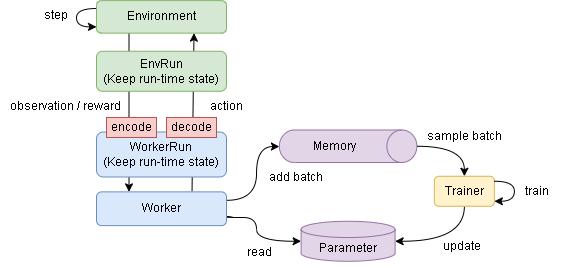
The draw.io diagram diagrams/overview-sequence.drawio.png in pocokhc/simple_distributed_rl, before a commit. Source tidied: cells renumbered, new cells last; positions are measured from the earlier drawing's top-left corner, leaving out a move shared by most shapes.
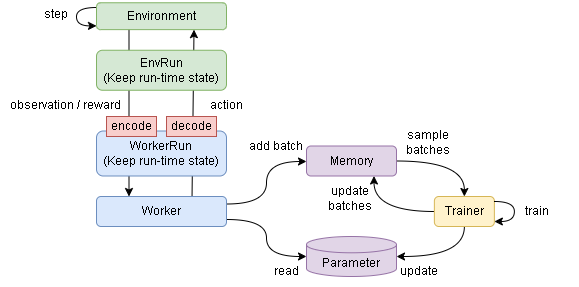
The same diagram one commit later.

The edit, as a diff of the source:
```diff
@@ -11,20 +11,23 @@
     <mxCell id="4" style="edgeStyle=orthogonalEdgeStyle;curved=1;rounded=0;jettySize=auto;html=1;exitX=0;exitY=0.5;exitDx=0;exitDy=0;exitPerimeter=0;endArrow=none;endFill=0;startArrow=classic;startFill=1;entryX=1;entryY=0.75;entryDx=0;entryDy=0;" parent="1" edge="1" source="5" target="26">
       <mxGeometry relative="1" as="geometry">
         <Array as="points">
-          <mxPoint x="256" y="241" />
-          <mxPoint x="256" y="217" />
-          <mxPoint x="229" y="217" />
+          <mxPoint x="266" y="257" />
+          <mxPoint x="266" y="220" />
+          <mxPoint x="226" y="220" />
         </Array>
       </mxGeometry>
     </mxCell>
     <mxCell id="5" value="Parameter" style="shape=cylinder3;whiteSpace=wrap;html=1;boundedLbl=1;backgroundOutline=1;size=8.142857142857167;fillColor=#e1d5e7;strokeColor=#9673a6;" parent="1" vertex="1">
-      <mxGeometry x="300.6" y="220.8" width="94" height="40" as="geometry" />
+      <mxGeometry x="306" y="237" width="90" height="40" as="geometry" />
     </mxCell>
     <mxCell id="6" style="edgeStyle=orthogonalEdgeStyle;curved=1;rounded=0;jettySize=auto;html=1;exitX=0.5;exitY=1;exitDx=0;exitDy=0;entryX=1;entryY=0.5;entryDx=0;entryDy=0;entryPerimeter=0;" parent="1" edge="1" source="7" target="5">
       <mxGeometry relative="1" as="geometry" />
     </mxCell>
+    <mxCell id="29" style="edgeStyle=orthogonalEdgeStyle;rounded=0;jettySize=auto;html=1;entryX=0.75;entryY=1;entryDx=0;entryDy=0;curved=1;" parent="1" edge="1" source="7" target="15">
+      <mxGeometry relative="1" as="geometry" />
+    </mxCell>
     <mxCell id="7" value="Trainer" style="rounded=1;whiteSpace=wrap;html=1;fillColor=#fff2cc;strokeColor=#d6b656;" parent="1" vertex="1">
-      <mxGeometry x="433.9" y="175.8" width="60" height="30" as="geometry" />
+      <mxGeometry x="433.9" y="197" width="60" height="30" as="geometry" />
     </mxCell>
     <mxCell id="8" style="edgeStyle=orthogonalEdgeStyle;rounded=0;orthogonalLoop=1;jettySize=auto;html=1;curved=1;exitX=0;exitY=0;exitDx=0;exitDy=0;" parent="1" edge="1">
       <mxGeometry relative="1" as="geometry">
@@ -39,12 +42,12 @@
     <mxCell id="9" value="step" style="text;html=1;strokeColor=none;fillColor=none;align=center;verticalAlign=middle;whiteSpace=wrap;rounded=0;" parent="1" vertex="1">
       <mxGeometry x="26" y="0.1" width="60" height="30" as="geometry" />
     </mxCell>
-    <mxCell id="10" style="edgeStyle=orthogonalEdgeStyle;curved=1;rounded=0;jettySize=auto;html=1;entryX=0.5;entryY=1;entryDx=0;entryDy=0;entryPerimeter=0;exitX=1;exitY=0.25;exitDx=0;exitDy=0;" parent="1" edge="1" source="26" target="14">
+    <mxCell id="10" style="edgeStyle=orthogonalEdgeStyle;curved=1;rounded=0;jettySize=auto;html=1;entryX=0;entryY=0.5;entryDx=0;entryDy=0;exitX=1;exitY=0.25;exitDx=0;exitDy=0;" parent="1" edge="1" source="26" target="15">
       <mxGeometry relative="1" as="geometry">
         <Array as="points">
-          <mxPoint x="256" y="200" />
-          <mxPoint x="256" y="146" />
-          <mxPoint x="279" y="146" />
+          <mxPoint x="266" y="205" />
+          <mxPoint x="266" y="162" />
+          <mxPoint x="306" y="162" />
         </Array>
       </mxGeometry>
     </mxCell>
@@ -54,38 +57,29 @@
     <mxCell id="12" value="action" style="text;html=1;strokeColor=none;fillColor=none;align=center;verticalAlign=middle;whiteSpace=wrap;rounded=0;" parent="1" vertex="1">
       <mxGeometry x="196" y="90.8" width="60" height="30" as="geometry" />
     </mxCell>
-    <mxCell id="13" style="group;" parent="1" vertex="1">
-      <mxGeometry x="278.9" y="129.5" width="137.5" height="32.5" as="geometry" />
-    </mxCell>
-    <mxCell id="14" style="shape=cylinder3;whiteSpace=wrap;html=1;boundedLbl=1;backgroundOutline=1;size=15;rotation=90;fillColor=#e1d5e7;strokeColor=#9673a6;" parent="13" vertex="1">
-      <mxGeometry x="52.5" y="-52.5" width="32.5" height="137.5" as="geometry" />
-    </mxCell>
-    <mxCell id="15" value="Memory" style="text;html=1;strokeColor=none;fillColor=none;align=center;verticalAlign=middle;whiteSpace=wrap;rounded=0;" parent="13" vertex="1">
-      <mxGeometry x="25" y="1.2" width="60" height="30" as="geometry" />
-    </mxCell>
     <mxCell id="16" value="add batch" style="text;html=1;strokeColor=none;fillColor=none;align=center;verticalAlign=middle;whiteSpace=wrap;rounded=0;" parent="1" vertex="1">
-      <mxGeometry x="266" y="162" width="60" height="30" as="geometry" />
+      <mxGeometry x="246" y="131.5" width="60" height="30" as="geometry" />
     </mxCell>
-    <mxCell id="17" style="edgeStyle=orthogonalEdgeStyle;curved=1;rounded=0;jettySize=auto;html=1;exitX=0.5;exitY=0;exitDx=0;exitDy=0;exitPerimeter=0;entryX=0.5;entryY=0;entryDx=0;entryDy=0;" parent="1" edge="1" source="14" target="7">
+    <mxCell id="17" style="edgeStyle=orthogonalEdgeStyle;curved=1;rounded=0;jettySize=auto;html=1;exitX=1;exitY=0.5;exitDx=0;exitDy=0;entryX=0.5;entryY=0;entryDx=0;entryDy=0;" parent="1" edge="1" source="15" target="7">
       <mxGeometry relative="1" as="geometry" />
     </mxCell>
-    <mxCell id="18" value="sample batch" style="text;html=1;strokeColor=none;fillColor=none;align=center;verticalAlign=middle;whiteSpace=wrap;rounded=0;" parent="1" vertex="1">
-      <mxGeometry x="418.9" y="120.8" width="90" height="30" as="geometry" />
+    <mxCell id="18" value="sample batches" style="text;html=1;strokeColor=none;fillColor=none;align=center;verticalAlign=middle;whiteSpace=wrap;rounded=0;" parent="1" vertex="1">
+      <mxGeometry x="383" y="127.5" width="90" height="30" as="geometry" />
     </mxCell>
     <mxCell id="19" value="update" style="text;html=1;strokeColor=none;fillColor=none;align=center;verticalAlign=middle;whiteSpace=wrap;rounded=0;" parent="1" vertex="1">
-      <mxGeometry x="418.9" y="230.8" width="85" height="30" as="geometry" />
+      <mxGeometry x="376" y="257" width="85" height="30" as="geometry" />
     </mxCell>
     <mxCell id="20" value="read" style="text;html=1;strokeColor=none;fillColor=none;align=center;verticalAlign=middle;whiteSpace=wrap;rounded=0;" parent="1" vertex="1">
-      <mxGeometry x="228.9" y="237" width="60" height="30" as="geometry" />
+      <mxGeometry x="256" y="257" width="60" height="30" as="geometry" />
     </mxCell>
     <mxCell id="21" style="edgeStyle=orthogonalEdgeStyle;curved=1;rounded=0;orthogonalLoop=1;jettySize=auto;html=1;" parent="1" edge="1" source="7" target="7">
       <mxGeometry relative="1" as="geometry" />
     </mxCell>
     <mxCell id="22" value="train" style="text;html=1;strokeColor=none;fillColor=none;align=center;verticalAlign=middle;whiteSpace=wrap;rounded=0;" parent="1" vertex="1">
-      <mxGeometry x="493.9" y="175.8" width="85" height="30" as="geometry" />
+      <mxGeometry x="493.9" y="197" width="85" height="30" as="geometry" />
     </mxCell>
     <mxCell id="23" value="Environment" style="rounded=1;whiteSpace=wrap;html=1;fillColor=#d5e8d4;strokeColor=#82b366;" parent="1" vertex="1">
-      <mxGeometry x="96" y="0.1" width="130" height="32.5" as="geometry" />
+      <mxGeometry x="96" y="3.3" width="130" height="26.9" as="geometry" />
     </mxCell>
     <mxCell id="24" value="EnvRun&lt;br&gt;(Keep run-time state)" style="rounded=1;whiteSpace=wrap;html=1;fillColor=#d5e8d4;strokeColor=#82b366;" parent="1" vertex="1">
       <mxGeometry x="96" y="50.8" width="130" height="40" as="geometry" />
@@ -94,7 +88,7 @@
       <mxGeometry x="96" y="131.5" width="130" height="45" as="geometry" />
     </mxCell>
     <mxCell id="26" value="Worker" style="rounded=1;whiteSpace=wrap;html=1;fillColor=#dae8fc;strokeColor=#6c8ebf;" parent="1" vertex="1">
-      <mxGeometry x="96" y="191.4" width="130" height="33.8" as="geometry" />
+      <mxGeometry x="96" y="197" width="130" height="30" as="geometry" />
     </mxCell>
     <mxCell id="27" value="decode" style="rounded=0;whiteSpace=wrap;html=1;fillColor=#f8cecc;strokeColor=#b85450;" parent="1" vertex="1">
       <mxGeometry x="166" y="117" width="50" height="20" as="geometry" />
@@ -102,5 +96,11 @@
     <mxCell id="28" value="encode" style="rounded=0;whiteSpace=wrap;html=1;fillColor=#f8cecc;strokeColor=#b85450;" parent="1" vertex="1">
       <mxGeometry x="106" y="117" width="50" height="20" as="geometry" />
     </mxCell>
+    <mxCell id="15" value="Memory" style="rounded=1;whiteSpace=wrap;html=1;fillColor=#e1d5e7;strokeColor=#9673a6;" parent="1" vertex="1">
+      <mxGeometry x="306" y="146.5" width="90" height="30" as="geometry" />
+    </mxCell>
+    <mxCell id="30" value="update&lt;div&gt;batches&lt;/div&gt;" style="text;html=1;strokeColor=none;fillColor=none;align=center;verticalAlign=middle;whiteSpace=wrap;rounded=0;" parent="1" vertex="1">
+      <mxGeometry x="305" y="184" width="90" height="30" as="geometry" />
+    </mxCell>
   </root>
 </mxGraphModel>
```
